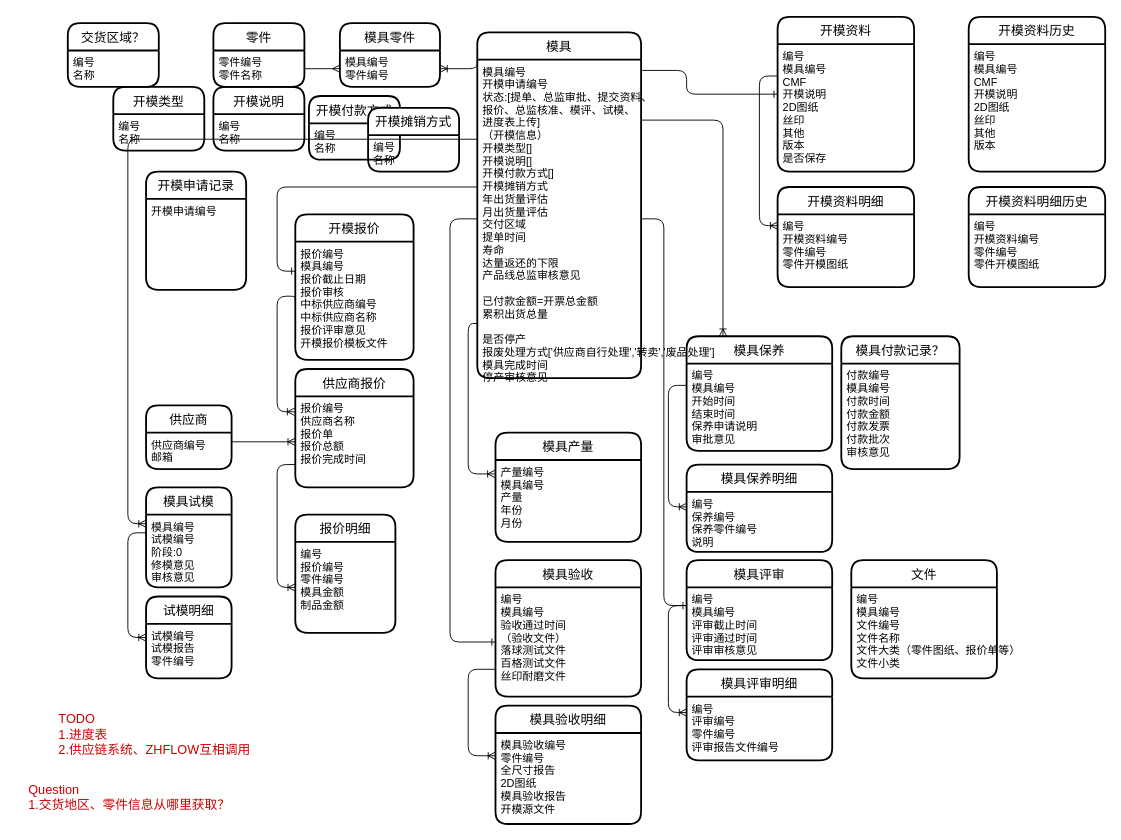
Above: MMS/MMS.drawio in waterwatermelon/graph (draw.io), before the change. Source tidied: cells renumbered, new cells numbered last; positions are measured from the earlier drawing's top-left corner, leaving out a move shared by most shapes. Both pictures are drawn from the tidied source at 91%, with x=0, y=0 at pixel (26, 16).
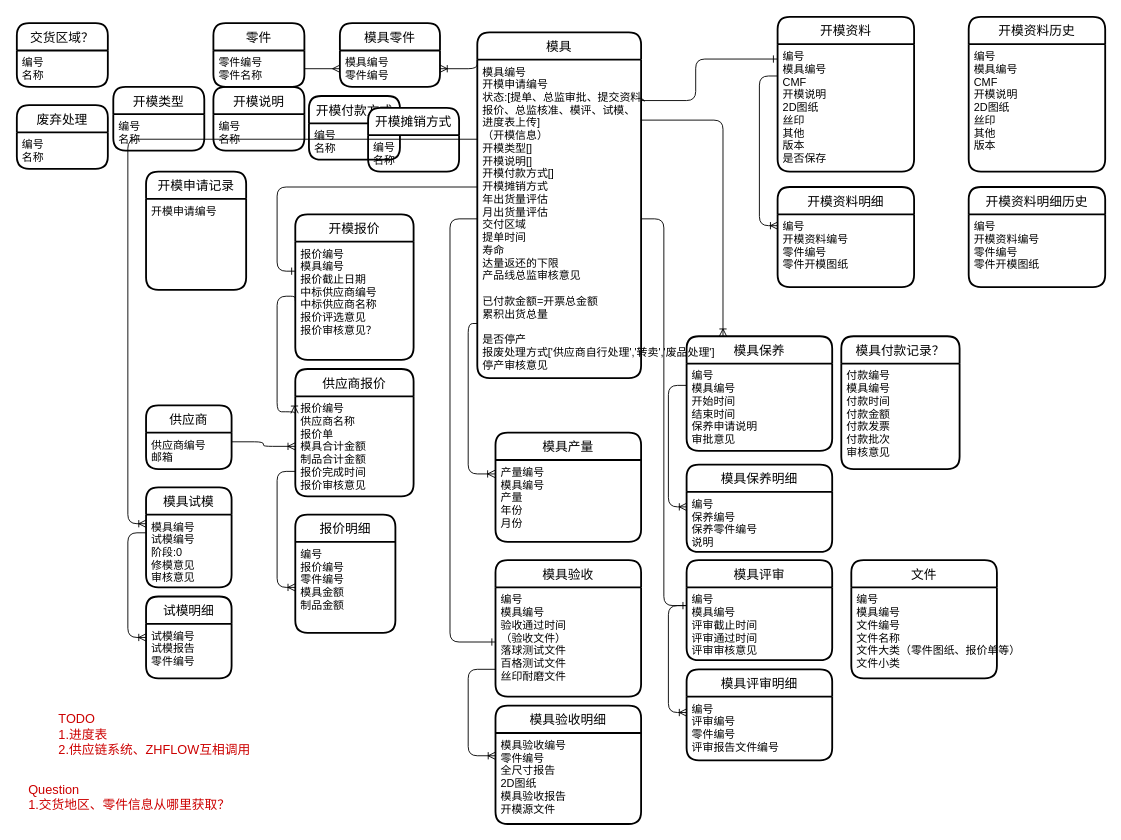
The same page after the edit.

The change refers to these unchanged cells:
```xml
<mxCell id="3" value="开模报价" style="swimlane;horizontal=1;startSize=30;rounded=1;fontSize=14;fontStyle=0;strokeWidth=2;shadow=0;dashed=0;align=center;" parent="1" vertex="1">
  <mxGeometry x="295" y="217" width="130" height="160" as="geometry" />
</mxCell>
<mxCell id="30" value="开模资料" style="swimlane;horizontal=1;startSize=30;rounded=1;fontSize=14;fontStyle=0;strokeWidth=2;shadow=0;dashed=0;align=center;" parent="1" vertex="1">
  <mxGeometry x="825" width="150" height="170" as="geometry" />
</mxCell>
<mxCell id="31" value="编号&#10;模具编号&#10;CMF&#10;开模说明&#10;2D图纸&#10;丝印&#10;其他&#10;版本&#10;是否保存" style="align=left;strokeColor=none;fillColor=none;spacingLeft=4;fontSize=12;verticalAlign=top;" parent="30" vertex="1">
  <mxGeometry y="30" width="150" height="140" as="geometry" />
</mxCell>
<mxCell id="44" value="模具" style="swimlane;horizontal=1;startSize=30;rounded=1;fontSize=14;fontStyle=0;strokeWidth=2;shadow=0;dashed=0;align=center;" parent="1" vertex="1">
  <mxGeometry x="495" y="17" width="180" height="380" as="geometry" />
</mxCell>
```

Change to the diagram source:
```diff
@@
-    <mxCell id="4" value="报价编号&#10;模具编号&#10;报价截止日期&#10;报价审核&#10;中标供应商编号&#10;中标供应商名称&#10;报价评审意见&#10;开模报价模板文件" style="align=left;strokeColor=none;fillColor=none;spacingLeft=4;fontSize=12;verticalAlign=top;" parent="3" vertex="1">
+    <mxCell id="4" value="报价编号&#10;模具编号&#10;报价截止日期&#10;中标供应商编号&#10;中标供应商名称&#10;报价评选意见&#10;报价审核意见？" style="align=left;strokeColor=none;fillColor=none;spacingLeft=4;fontSize=12;verticalAlign=top;" parent="3" vertex="1">
       <mxGeometry y="30" width="130" height="130" as="geometry" />
     </mxCell>
@@
+    <mxCell id="58" value="交货区域？" style="swimlane;horizontal=1;startSize=30;rounded=1;fontSize=14;fontStyle=0;strokeWidth=2;shadow=0;dashed=0;align=center;" parent="1" vertex="1">
+      <mxGeometry x="-11" y="7" width="100" height="70" as="geometry" />
+    </mxCell>
+    <mxCell id="59" value="编号&#10;名称" style="align=left;strokeColor=none;fillColor=none;spacingLeft=4;fontSize=12;verticalAlign=top;" parent="58" vertex="1">
+      <mxGeometry y="30" width="100" height="40" as="geometry" />
+    </mxCell>
+    <mxCell id="77" value="废弃处理" style="swimlane;horizontal=1;startSize=30;rounded=1;fontSize=14;fontStyle=0;strokeWidth=2;shadow=0;dashed=0;align=center;" parent="1" vertex="1">
+      <mxGeometry x="-11" y="97" width="100" height="70" as="geometry" />
+    </mxCell>
+    <mxCell id="78" value="编号&#10;名称" style="align=left;strokeColor=none;fillColor=none;spacingLeft=4;fontSize=12;verticalAlign=top;" parent="77" vertex="1">
+      <mxGeometry y="30" width="100" height="40" as="geometry" />
+    </mxCell>
@@
-    <mxCell id="29" style="edgeStyle=orthogonalEdgeStyle;rounded=1;jettySize=auto;html=1;startArrow=none;startFill=0;endArrow=ERone;endFill=0;strokeColor=#000000;fontColor=#BBBBBB;exitX=1;exitY=0.034;exitDx=0;exitDy=0;exitPerimeter=0;" parent="1" edge="1" source="45" target="30">
+    <mxCell id="29" style="edgeStyle=orthogonalEdgeStyle;rounded=1;jettySize=auto;html=1;startArrow=none;startFill=0;endArrow=ERone;endFill=0;strokeColor=#000000;fontColor=#BBBBBB;entryX=-0.004;entryY=0.117;entryDx=0;entryDy=0;entryPerimeter=0;" parent="1" edge="1" source="45" target="31">
       <mxGeometry relative="1" as="geometry">
         <Array as="points">
-          <mxPoint x="725" y="59" />
-          <mxPoint x="725" y="85" />
+          <mxPoint x="735" y="92" />
+          <mxPoint x="735" y="46" />
         </Array>
       </mxGeometry>
     </mxCell>
@@
-    <mxCell id="45" value="模具编号&#10;开模申请编号&#10;状态:[提单、总监审批、提交资料、&#10;报价、总监核准、模评、试模、&#10;进度表上传]&#10;（开模信息）&#10;开模类型[]&#10;开模说明[]&#10;开模付款方式[]&#10;开模摊销方式&#10;年出货量评估&#10;月出货量评估&#10;交付区域&#10;提单时间&#10;寿命&#10;达量返还的下限&#10;产品线总监审核意见&#10;&#10;已付款金额=开票总金额&#10;累积出货总量&#10;&#10;是否停产&#10;报废处理方式['供应商自行处理','转卖','废品处理']&#10;模具完成时间&#10;停产审核意见" style="align=left;strokeColor=none;fillColor=none;spacingLeft=4;fontSize=12;verticalAlign=top;" parent="44" vertex="1">
+    <mxCell id="45" value="模具编号&#10;开模申请编号&#10;状态:[提单、总监审批、提交资料、&#10;报价、总监核准、模评、试模、&#10;进度表上传]&#10;（开模信息）&#10;开模类型[]&#10;开模说明[]&#10;开模付款方式[]&#10;开模摊销方式&#10;年出货量评估&#10;月出货量评估&#10;交付区域&#10;提单时间&#10;寿命&#10;达量返还的下限&#10;产品线总监审核意见&#10;&#10;已付款金额=开票总金额&#10;累积出货总量&#10;&#10;是否停产&#10;报废处理方式['供应商自行处理','转卖','废品处理']&#10;停产审核意见" style="align=left;strokeColor=none;fillColor=none;spacingLeft=4;fontSize=12;verticalAlign=top;" parent="44" vertex="1">
       <mxGeometry y="30" width="180" height="350" as="geometry" />
     </mxCell>
@@
     <mxCell id="51" value="供应商报价" style="swimlane;horizontal=1;startSize=30;rounded=1;fontSize=14;fontStyle=0;strokeWidth=2;shadow=0;dashed=0;align=center;" parent="1" vertex="1">
-      <mxGeometry x="295" y="387" width="130" height="130" as="geometry" />
+      <mxGeometry x="295" y="387" width="130" height="140" as="geometry" />
     </mxCell>
-    <mxCell id="52" value="报价编号&#10;供应商名称&#10;报价单&#10;报价总额&#10;报价完成时间" style="align=left;strokeColor=none;fillColor=none;spacingLeft=4;fontSize=12;verticalAlign=top;" parent="51" vertex="1">
-      <mxGeometry y="30" width="130" height="100" as="geometry" />
+    <mxCell id="52" value="报价编号&#10;供应商名称&#10;报价单&#10;模具合计金额&#10;制品合计金额&#10;报价完成时间&#10;报价审核意见" style="align=left;strokeColor=none;fillColor=none;spacingLeft=4;fontSize=12;verticalAlign=top;" parent="51" vertex="1">
+      <mxGeometry y="30" width="130" height="110" as="geometry" />
     </mxCell>
@@
-    <mxCell id="58" value="交货区域？" style="swimlane;horizontal=1;startSize=30;rounded=1;fontSize=14;fontStyle=0;strokeWidth=2;shadow=0;dashed=0;align=center;" parent="1" vertex="1">
-      <mxGeometry x="45" y="7" width="100" height="70" as="geometry" />
-    </mxCell>
-    <mxCell id="59" value="编号&#10;名称" style="align=left;strokeColor=none;fillColor=none;spacingLeft=4;fontSize=12;verticalAlign=top;" parent="58" vertex="1">
-      <mxGeometry y="30" width="100" height="40" as="geometry" />
-    </mxCell>
```
